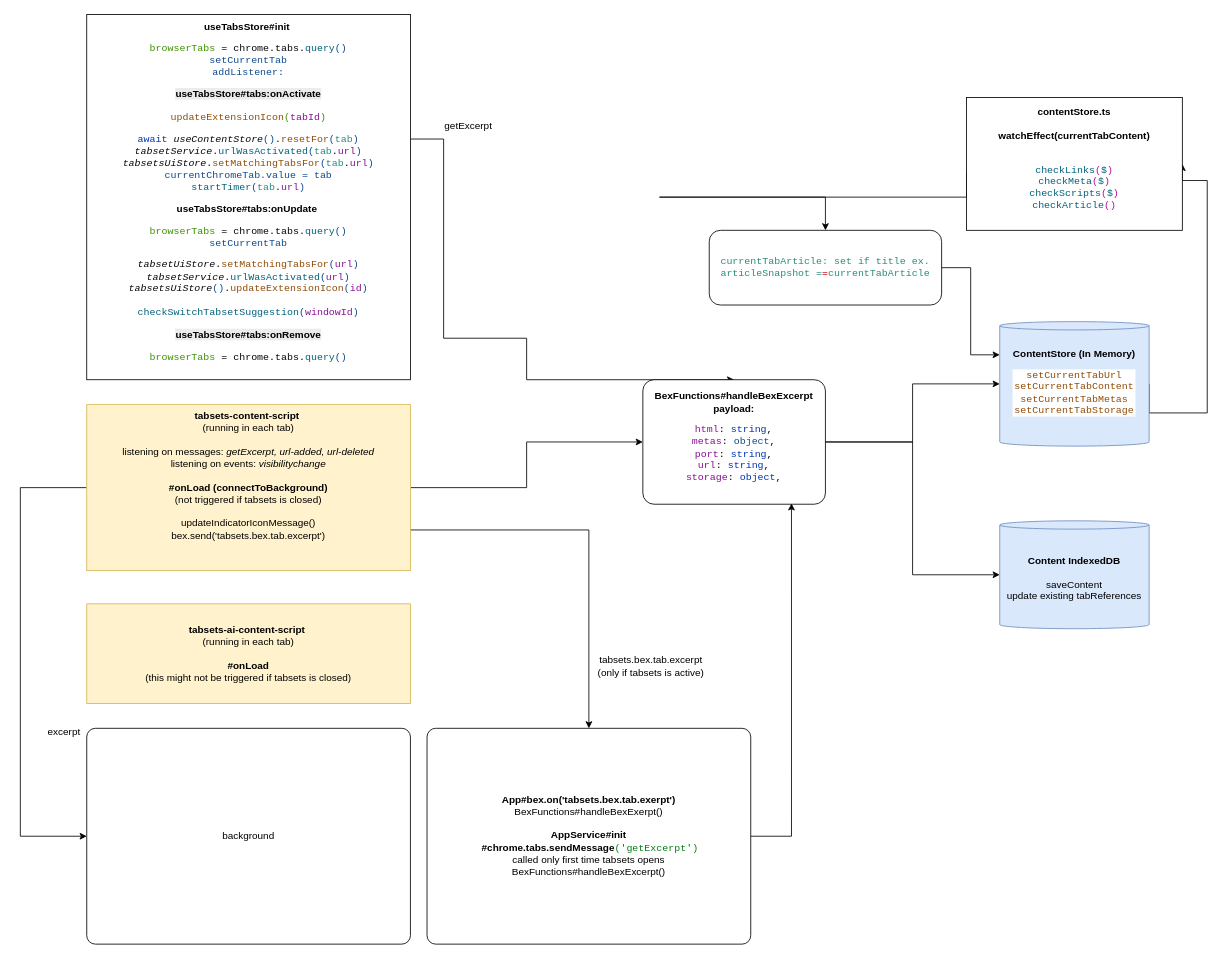
Before: docs/drawio/test.drawio in evandor/tabsets, a draw.io diagram. Source tidied: cells renumbered, new cells numbered last; positions are measured from the earlier drawing's top-left corner, leaving out a move shared by most shapes. Both pictures are drawn from the tidied source at 83%, with x=0, y=0 at pixel (20, 14).
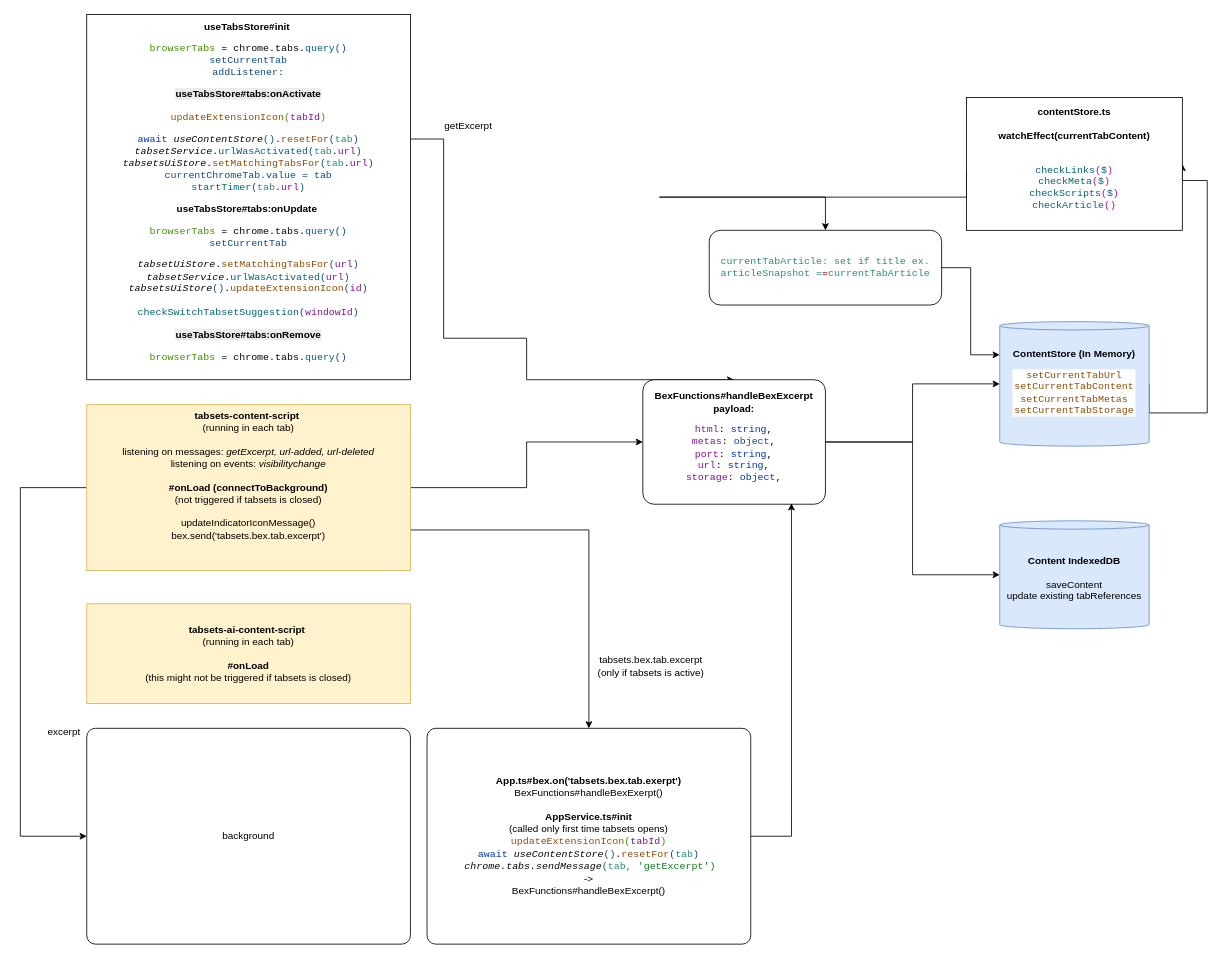
After the change.

Change to the diagram source:
```diff
@@
-    <mxCell id="21" value="&lt;div&gt;&lt;b&gt;App#bex.on('tabsets.bex.tab.exerpt')&lt;/b&gt;&lt;br&gt;BexFunctions#handleBexExerpt()&lt;/div&gt;&lt;div&gt;&lt;b&gt;&lt;br&gt;&lt;/b&gt;&lt;/div&gt;&lt;div&gt;&lt;b&gt;AppService#init&lt;/b&gt;&lt;/div&gt;&lt;div&gt;&lt;b&gt;&amp;nbsp;#chrome.tabs.sendMessage&lt;/b&gt;&lt;span style=&quot;background-color: light-dark(rgb(255, 255, 255), rgb(18, 18, 18)); color: light-dark(rgb(6, 125, 23), rgb(84, 186, 99)); font-family: &amp;quot;JetBrains Mono&amp;quot;, monospace;&quot;&gt;(&lt;/span&gt;&lt;span style=&quot;background-color: rgb(255, 255, 255); color: rgb(6, 125, 23); font-family: &amp;quot;JetBrains Mono&amp;quot;, monospace;&quot;&gt;'&lt;/span&gt;&lt;span style=&quot;background-color: light-dark(rgb(255, 255, 255), rgb(18, 18, 18)); color: light-dark(rgb(6, 125, 23), rgb(84, 186, 99)); font-family: &amp;quot;JetBrains Mono&amp;quot;, monospace;&quot;&gt;getExcerpt')&lt;br&gt;&lt;/span&gt;called only first time tabsets opens&lt;br&gt;BexFunctions#handleBexExcerpt()&lt;span style=&quot;background-color: light-dark(rgb(255, 255, 255), rgb(18, 18, 18)); color: light-dark(rgb(6, 125, 23), rgb(84, 186, 99)); font-family: &amp;quot;JetBrains Mono&amp;quot;, monospace;&quot;&gt;&lt;/span&gt;&lt;/div&gt;" style="rounded=1;whiteSpace=wrap;html=1;arcSize=4;" parent="1" vertex="1">
+    <mxCell id="21" value="&lt;div&gt;&lt;b&gt;App.ts#bex.on('tabsets.bex.tab.exerpt')&lt;/b&gt;&lt;br&gt;BexFunctions#handleBexExerpt()&lt;/div&gt;&lt;div&gt;&lt;b&gt;&lt;br&gt;&lt;/b&gt;&lt;/div&gt;&lt;div&gt;&lt;b&gt;AppService.ts#init&lt;/b&gt;&lt;br&gt;(&lt;span style=&quot;background-color: transparent; color: light-dark(rgb(0, 0, 0), rgb(255, 255, 255));&quot;&gt;called only first time tabsets opens&lt;/span&gt;&lt;span style=&quot;background-color: transparent; color: light-dark(rgb(0, 0, 0), rgb(255, 255, 255));&quot;&gt;)&lt;/span&gt;&lt;/div&gt;&lt;div&gt;&lt;span style=&quot;background-color: transparent; font-family: &amp;quot;JetBrains Mono&amp;quot;, monospace; color: rgb(145, 76, 7);&quot;&gt;updateExtensionIcon&lt;/span&gt;&lt;span style=&quot;background-color: transparent; font-family: &amp;quot;JetBrains Mono&amp;quot;, monospace; color: rgb(63, 145, 1);&quot;&gt;(&lt;/span&gt;&lt;span style=&quot;background-color: transparent; font-family: &amp;quot;JetBrains Mono&amp;quot;, monospace; color: rgb(135, 16, 148);&quot;&gt;tabId&lt;/span&gt;&lt;span style=&quot;background-color: transparent; font-family: &amp;quot;JetBrains Mono&amp;quot;, monospace; color: rgb(63, 145, 1);&quot;&gt;)&lt;br&gt;&lt;/span&gt;&lt;span style=&quot;font-family: &amp;quot;JetBrains Mono&amp;quot;, monospace; background-color: transparent; color: rgb(0, 51, 179);&quot;&gt;await &lt;/span&gt;&lt;span style=&quot;color: rgb(8, 8, 8); font-family: &amp;quot;JetBrains Mono&amp;quot;, monospace; background-color: transparent; font-style: italic;&quot;&gt;useContentStore&lt;/span&gt;&lt;span style=&quot;font-family: &amp;quot;JetBrains Mono&amp;quot;, monospace; background-color: transparent; color: rgb(14, 74, 142);&quot;&gt;()&lt;/span&gt;&lt;span style=&quot;color: rgb(8, 8, 8); font-family: &amp;quot;JetBrains Mono&amp;quot;, monospace; background-color: transparent;&quot;&gt;.&lt;/span&gt;&lt;span style=&quot;font-family: &amp;quot;JetBrains Mono&amp;quot;, monospace; background-color: transparent; color: rgb(145, 76, 7);&quot;&gt;resetFor&lt;/span&gt;&lt;span style=&quot;font-family: &amp;quot;JetBrains Mono&amp;quot;, monospace; background-color: transparent; color: rgb(14, 74, 142);&quot;&gt;(&lt;/span&gt;&lt;span style=&quot;font-family: &amp;quot;JetBrains Mono&amp;quot;, monospace; background-color: transparent; color: rgb(42, 140, 124);&quot;&gt;tab&lt;/span&gt;&lt;span style=&quot;font-family: &amp;quot;JetBrains Mono&amp;quot;, monospace; background-color: transparent; color: rgb(14, 74, 142);&quot;&gt;)&lt;/span&gt;&lt;/div&gt;&lt;div&gt;&lt;b style=&quot;background-color: transparent; color: light-dark(rgb(0, 0, 0), rgb(255, 255, 255));&quot;&gt;&amp;nbsp;&lt;/b&gt;&lt;span style=&quot;color: rgb(8, 8, 8); font-family: &amp;quot;JetBrains Mono&amp;quot;, monospace; font-style: italic;&quot;&gt;chrome.tabs.sendMessage&lt;/span&gt;&lt;span style=&quot;background-color: light-dark(rgb(255, 255, 255), rgb(18, 18, 18)); color: light-dark(rgb(6, 125, 23), rgb(84, 186, 99)); font-family: &amp;quot;JetBrains Mono&amp;quot;, monospace;&quot;&gt;(&lt;/span&gt;&lt;span style=&quot;color: rgb(42, 140, 124); font-family: &amp;quot;JetBrains Mono&amp;quot;, monospace; background-color: transparent;&quot;&gt;tab,&amp;nbsp;&lt;/span&gt;&lt;span style=&quot;background-color: rgb(255, 255, 255); color: rgb(6, 125, 23); font-family: &amp;quot;JetBrains Mono&amp;quot;, monospace;&quot;&gt;'&lt;/span&gt;&lt;span style=&quot;background-color: light-dark(rgb(255, 255, 255), rgb(18, 18, 18)); color: light-dark(rgb(6, 125, 23), rgb(84, 186, 99)); font-family: &amp;quot;JetBrains Mono&amp;quot;, monospace;&quot;&gt;getExcerpt')&lt;/span&gt;&lt;/div&gt;&lt;div&gt;-&amp;gt;&lt;br&gt;BexFunctions#handleBexExcerpt()&lt;span style=&quot;background-color: light-dark(rgb(255, 255, 255), rgb(18, 18, 18)); color: light-dark(rgb(6, 125, 23), rgb(84, 186, 99)); font-family: &amp;quot;JetBrains Mono&amp;quot;, monospace;&quot;&gt;&lt;/span&gt;&lt;/div&gt;" style="rounded=1;whiteSpace=wrap;html=1;arcSize=4;" parent="1" vertex="1">
       <mxGeometry x="490" y="860" width="390" height="260" as="geometry" />
     </mxCell>
```
